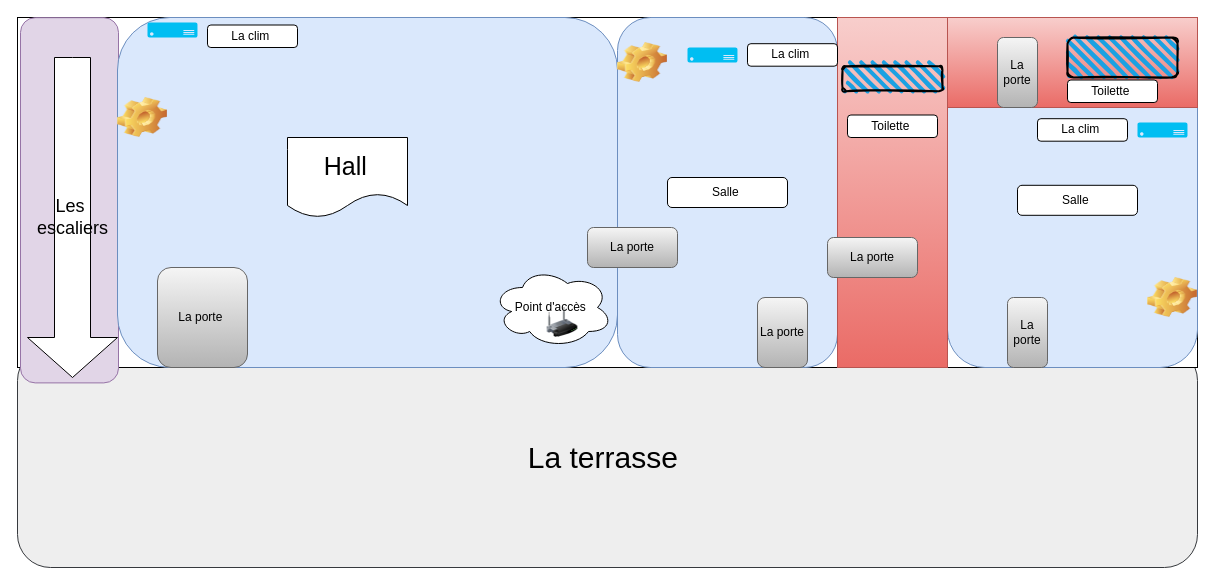
DevepProd/0x00-Fix_My_Code_Challenge keeps this draw.io diagram as Diagramme sans nom.drawio. Above is the earlier version. Source tidied: cells renumbered, new cells numbered last; positions are measured from the earlier drawing's top-left corner, leaving out a move shared by most shapes. Both pictures are drawn from the tidied source at 100%, with x=0, y=0 at pixel (-114, 17).
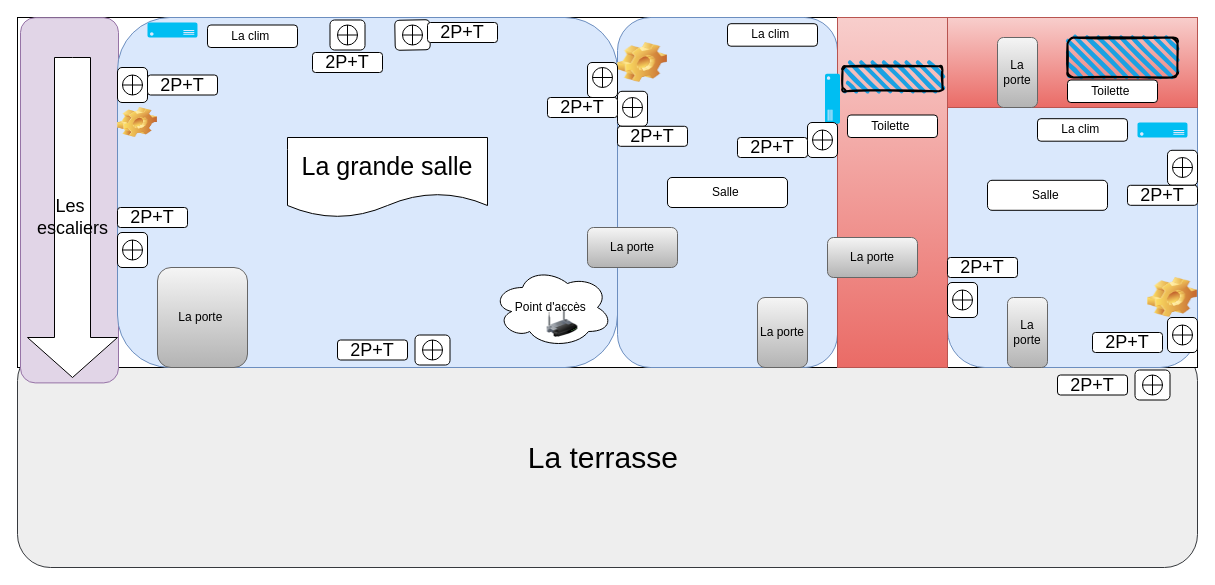
The same page after the edit.

Commit message:
Mettre à jour Diagramme sans nom.drawio

What changed in the source:
```diff
@@
     <mxCell id="18" style="shape=image;html=1;verticalLabelPosition=bottom;verticalAlign=top;imageAspect=0;image=img/clipart/Gear_128x128.png;" parent="1" vertex="1">
-      <mxGeometry x="231" y="80" width="50" height="40" as="geometry" />
+      <mxGeometry x="231" y="90" width="40" height="30" as="geometry" />
     </mxCell>
@@
-    <mxCell id="22" value="&lt;font style=&quot;font-size: 25px;&quot;&gt;Hall&lt;/font&gt;&amp;nbsp;" style="shape=document;whiteSpace=wrap;html=1;boundedLbl=1;" parent="1" vertex="1">
-      <mxGeometry x="401" y="120" width="120" height="80" as="geometry" />
+    <mxCell id="22" value="&lt;span style=&quot;font-size: 25px;&quot;&gt;La grande salle&lt;/span&gt;" style="shape=document;whiteSpace=wrap;html=1;boundedLbl=1;" parent="1" vertex="1">
+      <mxGeometry x="401" y="120" width="200" height="80" as="geometry" />
     </mxCell>
@@
-    <mxCell id="24" style="verticalLabelPosition=bottom;html=1;verticalAlign=top;align=center;strokeColor=none;fillColor=#00BEF2;shape=mxgraph.azure.server;" parent="1" vertex="1">
-      <mxGeometry x="801" y="30" width="50" height="15" as="geometry" />
+    <mxCell id="24" style="verticalLabelPosition=bottom;html=1;verticalAlign=top;align=center;strokeColor=none;fillColor=#00BEF2;shape=mxgraph.azure.server;rotation=90;" parent="1" vertex="1">
+      <mxGeometry x="921" y="73.8" width="50" height="15" as="geometry" />
     </mxCell>
@@
     <mxCell id="27" value="La clim&amp;nbsp;" style="rounded=1;whiteSpace=wrap;html=1;" parent="1" vertex="1">
-      <mxGeometry x="861" y="26.2" width="90" height="22.5" as="geometry" />
+      <mxGeometry x="841" y="6.2" width="90" height="22.5" as="geometry" />
     </mxCell>
@@
     <mxCell id="34" value="Salle&amp;nbsp;" style="rounded=1;whiteSpace=wrap;html=1;" parent="1" vertex="1">
-      <mxGeometry x="1131" y="167.8" width="120" height="30" as="geometry" />
+      <mxGeometry x="1101" y="162.8" width="120" height="30" as="geometry" />
     </mxCell>
+    <mxCell id="35" style="rounded=1;whiteSpace=wrap;html=1;" parent="1" vertex="1">
+      <mxGeometry x="701" y="45" width="30" height="35" as="geometry" />
+    </mxCell>
+    <mxCell id="36" style="rounded=1;whiteSpace=wrap;html=1;rotation=90;" parent="1" vertex="1">
+      <mxGeometry x="531" y="315" width="30" height="35" as="geometry" />
+    </mxCell>
+    <mxCell id="37" style="rounded=1;whiteSpace=wrap;html=1;" parent="1" vertex="1">
+      <mxGeometry x="231" y="215" width="30" height="35" as="geometry" />
+    </mxCell>
+    <mxCell id="38" style="rounded=1;whiteSpace=wrap;html=1;" parent="1" vertex="1">
+      <mxGeometry x="231" y="50" width="30" height="35" as="geometry" />
+    </mxCell>
+    <mxCell id="39" style="rounded=1;whiteSpace=wrap;html=1;rotation=89;" parent="1" vertex="1">
+      <mxGeometry x="511" width="30" height="35" as="geometry" />
+    </mxCell>
+    <mxCell id="40" style="rounded=1;whiteSpace=wrap;html=1;rotation=90;" parent="1" vertex="1">
+      <mxGeometry x="446" width="30" height="35" as="geometry" />
+    </mxCell>
+    <mxCell id="41" style="rounded=1;whiteSpace=wrap;html=1;" parent="1" vertex="1">
+      <mxGeometry x="731" y="73.8" width="30" height="35" as="geometry" />
+    </mxCell>
+    <mxCell id="42" style="rounded=1;whiteSpace=wrap;html=1;" parent="1" vertex="1">
+      <mxGeometry x="921" y="105" width="30" height="35" as="geometry" />
+    </mxCell>
+    <mxCell id="43" style="rounded=1;whiteSpace=wrap;html=1;rotation=-90;" parent="1" vertex="1">
+      <mxGeometry x="1251" y="350" width="30" height="35" as="geometry" />
+    </mxCell>
+    <mxCell id="44" style="rounded=1;whiteSpace=wrap;html=1;" parent="1" vertex="1">
+      <mxGeometry x="1061" y="265" width="30" height="35" as="geometry" />
+    </mxCell>
+    <mxCell id="45" style="rounded=1;whiteSpace=wrap;html=1;" parent="1" vertex="1">
+      <mxGeometry x="1281" y="300" width="30" height="35" as="geometry" />
+    </mxCell>
+    <mxCell id="46" style="rounded=1;whiteSpace=wrap;html=1;" parent="1" vertex="1">
+      <mxGeometry x="1281" y="132.8" width="30" height="35" as="geometry" />
+    </mxCell>
+    <mxCell id="47" style="verticalLabelPosition=bottom;verticalAlign=top;html=1;shape=mxgraph.flowchart.summing_function;" parent="1" vertex="1">
+      <mxGeometry x="706" y="50" width="20" height="20" as="geometry" />
+    </mxCell>
+    <mxCell id="48" style="verticalLabelPosition=bottom;verticalAlign=top;html=1;shape=mxgraph.flowchart.summing_function;" parent="1" vertex="1">
+      <mxGeometry x="516" y="7.5" width="20" height="20" as="geometry" />
+    </mxCell>
+    <mxCell id="49" style="verticalLabelPosition=bottom;verticalAlign=top;html=1;shape=mxgraph.flowchart.summing_function;" parent="1" vertex="1">
+      <mxGeometry x="536" y="322.5" width="20" height="20" as="geometry" />
+    </mxCell>
+    <mxCell id="50" style="verticalLabelPosition=bottom;verticalAlign=top;html=1;shape=mxgraph.flowchart.summing_function;" parent="1" vertex="1">
+      <mxGeometry x="736" y="80" width="20" height="20" as="geometry" />
+    </mxCell>
+    <mxCell id="51" style="verticalLabelPosition=bottom;verticalAlign=top;html=1;shape=mxgraph.flowchart.summing_function;" parent="1" vertex="1">
+      <mxGeometry x="451" y="7.5" width="20" height="20" as="geometry" />
+    </mxCell>
+    <mxCell id="52" style="verticalLabelPosition=bottom;verticalAlign=top;html=1;shape=mxgraph.flowchart.summing_function;" parent="1" vertex="1">
+      <mxGeometry x="236" y="57.5" width="20" height="20" as="geometry" />
+    </mxCell>
+    <mxCell id="53" style="verticalLabelPosition=bottom;verticalAlign=top;html=1;shape=mxgraph.flowchart.summing_function;" parent="1" vertex="1">
+      <mxGeometry x="236" y="222.5" width="20" height="20" as="geometry" />
+    </mxCell>
+    <mxCell id="54" style="verticalLabelPosition=bottom;verticalAlign=top;html=1;shape=mxgraph.flowchart.summing_function;" parent="1" vertex="1">
+      <mxGeometry x="926" y="112.5" width="20" height="20" as="geometry" />
+    </mxCell>
+    <mxCell id="55" style="verticalLabelPosition=bottom;verticalAlign=top;html=1;shape=mxgraph.flowchart.summing_function;" parent="1" vertex="1">
+      <mxGeometry x="1256" y="357.5" width="20" height="20" as="geometry" />
+    </mxCell>
+    <mxCell id="56" style="verticalLabelPosition=bottom;verticalAlign=top;html=1;shape=mxgraph.flowchart.summing_function;" parent="1" vertex="1">
+      <mxGeometry x="1286" y="307.5" width="20" height="20" as="geometry" />
+    </mxCell>
+    <mxCell id="57" style="verticalLabelPosition=bottom;verticalAlign=top;html=1;shape=mxgraph.flowchart.summing_function;" parent="1" vertex="1">
+      <mxGeometry x="1066" y="272.5" width="20" height="20" as="geometry" />
+    </mxCell>
+    <mxCell id="58" style="verticalLabelPosition=bottom;verticalAlign=top;html=1;shape=mxgraph.flowchart.summing_function;" parent="1" vertex="1">
+      <mxGeometry x="1286" y="140" width="20" height="20" as="geometry" />
+    </mxCell>
+    <mxCell id="59" value="&lt;font style=&quot;font-size: 18px;&quot;&gt;2P+T&lt;/font&gt;" style="rounded=1;whiteSpace=wrap;html=1;" parent="1" vertex="1">
+      <mxGeometry x="1241" y="167.8" width="70" height="20" as="geometry" />
+    </mxCell>
+    <mxCell id="60" value="&lt;font style=&quot;font-size: 18px;&quot;&gt;2P+T&lt;/font&gt;" style="rounded=1;whiteSpace=wrap;html=1;" parent="1" vertex="1">
+      <mxGeometry x="1206" y="315" width="70" height="20" as="geometry" />
+    </mxCell>
+    <mxCell id="61" value="&lt;font style=&quot;font-size: 18px;&quot;&gt;2P+T&lt;/font&gt;" style="rounded=1;whiteSpace=wrap;html=1;" parent="1" vertex="1">
+      <mxGeometry x="1171" y="357.5" width="70" height="20" as="geometry" />
+    </mxCell>
+    <mxCell id="62" value="&lt;font style=&quot;font-size: 18px;&quot;&gt;2P+T&lt;/font&gt;" style="rounded=1;whiteSpace=wrap;html=1;" parent="1" vertex="1">
+      <mxGeometry x="1061" y="240" width="70" height="20" as="geometry" />
+    </mxCell>
+    <mxCell id="63" value="&lt;font style=&quot;font-size: 18px;&quot;&gt;2P+T&lt;/font&gt;" style="rounded=1;whiteSpace=wrap;html=1;" parent="1" vertex="1">
+      <mxGeometry x="851" y="120" width="70" height="20" as="geometry" />
+    </mxCell>
+    <mxCell id="64" value="&lt;font style=&quot;font-size: 18px;&quot;&gt;2P+T&lt;/font&gt;" style="rounded=1;whiteSpace=wrap;html=1;" parent="1" vertex="1">
+      <mxGeometry x="731" y="108.8" width="70" height="20" as="geometry" />
+    </mxCell>
+    <mxCell id="65" value="&lt;font style=&quot;font-size: 18px;&quot;&gt;2P+T&lt;/font&gt;" style="rounded=1;whiteSpace=wrap;html=1;" parent="1" vertex="1">
+      <mxGeometry x="661" y="80" width="70" height="20" as="geometry" />
+    </mxCell>
+    <mxCell id="66" value="&lt;font style=&quot;font-size: 18px;&quot;&gt;2P+T&lt;/font&gt;" style="rounded=1;whiteSpace=wrap;html=1;" parent="1" vertex="1">
+      <mxGeometry x="451" y="322.5" width="70" height="20" as="geometry" />
+    </mxCell>
+    <mxCell id="67" value="&lt;font style=&quot;font-size: 18px;&quot;&gt;2P+T&lt;/font&gt;" style="rounded=1;whiteSpace=wrap;html=1;" parent="1" vertex="1">
+      <mxGeometry x="541" y="5" width="70" height="20" as="geometry" />
+    </mxCell>
+    <mxCell id="68" value="&lt;font style=&quot;font-size: 18px;&quot;&gt;2P+T&lt;/font&gt;" style="rounded=1;whiteSpace=wrap;html=1;" parent="1" vertex="1">
+      <mxGeometry x="426" y="35" width="70" height="20" as="geometry" />
+    </mxCell>
+    <mxCell id="69" value="&lt;font style=&quot;font-size: 18px;&quot;&gt;2P+T&lt;/font&gt;" style="rounded=1;whiteSpace=wrap;html=1;" parent="1" vertex="1">
+      <mxGeometry x="261" y="57.5" width="70" height="20" as="geometry" />
+    </mxCell>
+    <mxCell id="70" value="&lt;font style=&quot;font-size: 18px;&quot;&gt;2P+T&lt;/font&gt;" style="rounded=1;whiteSpace=wrap;html=1;" parent="1" vertex="1">
+      <mxGeometry x="231" y="190" width="70" height="20" as="geometry" />
+    </mxCell>
```
